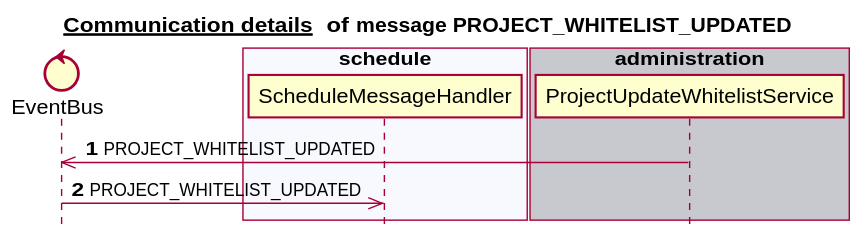
Before: docs/latest/images/gen_domain_messaging_project_whitelist_updated.svg, a diagram exported from PlantUML (mercedes-benz/sechub).
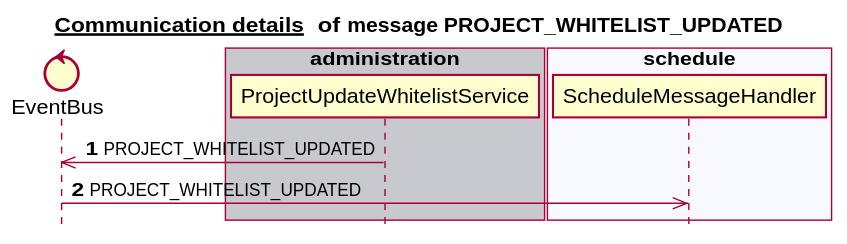
Later version of the same file.

The edit, as a diff of the source:
```diff
@@ -6,17 +6,17 @@
 
 
 control EventBus
-box "scan" #C8C8CF
+box "authorization" #C8C8CF
+end box
+box "scan" #F8F8FF
+end box
+box "administration" #C8C8CF
+   participant ProjectUpdateWhitelistService
 end box
 box "schedule" #F8F8FF
    participant ScheduleMessageHandler
 end box
-box "authorization" #C8C8CF
-end box
-box "notification" #F8F8FF
-end box
-box "administration" #C8C8CF
-   participant ProjectUpdateWhitelistService
+box "notification" #C8C8CF
 end box
 autonumber 1
 ProjectUpdateWhitelistService ->> EventBus:PROJECT_WHITELIST_UPDATED
```
